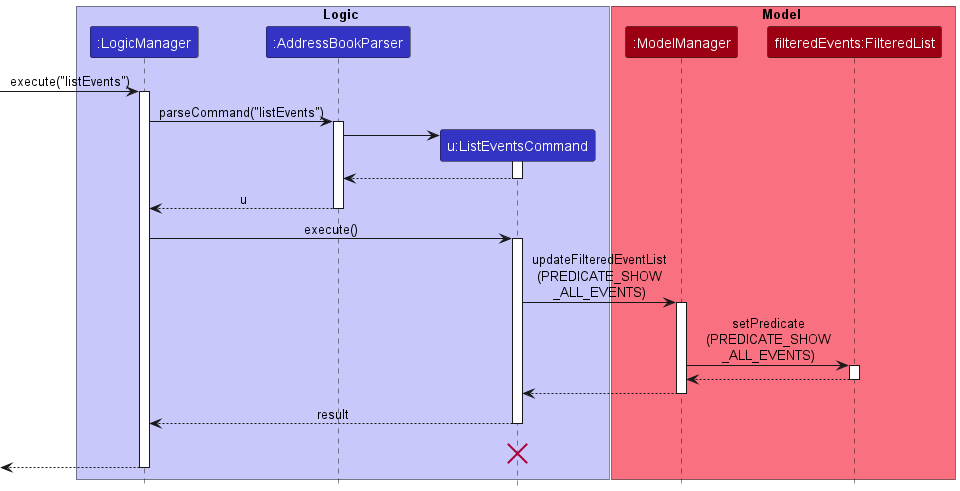
The PlantUML diagram docs/images/ListEventsSequenceDiagram.png in nus-cs2103-AY2223S1/tp, before a commit.
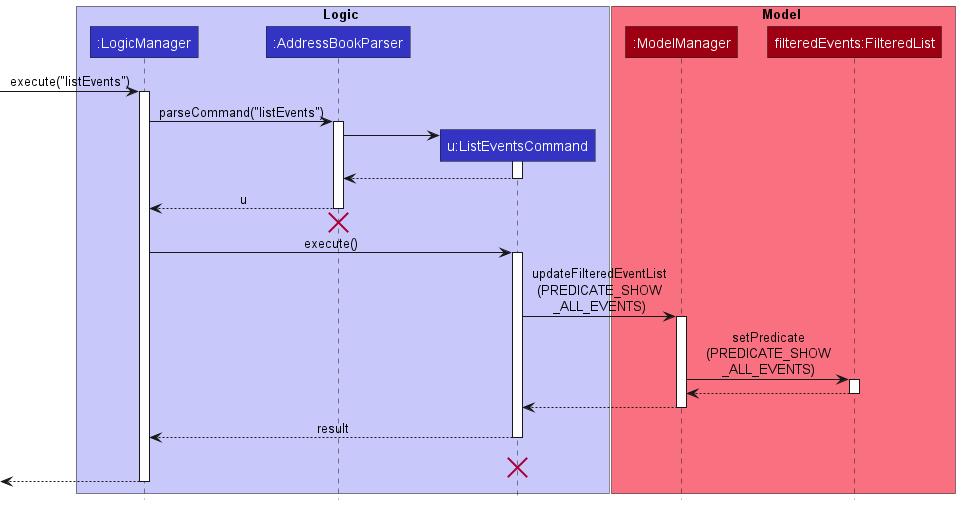
After the change.

Change to the diagram source:
```diff
@@ -27,6 +27,8 @@
 
 AddressBookParser --> LogicManager : u
 deactivate AddressBookParser
+AddressBookParser -[hidden]-> LogicManager
+destroy AddressBookParser
 
 LogicManager -> ListEventsCommand : execute()
 activate ListEventsCommand
```
